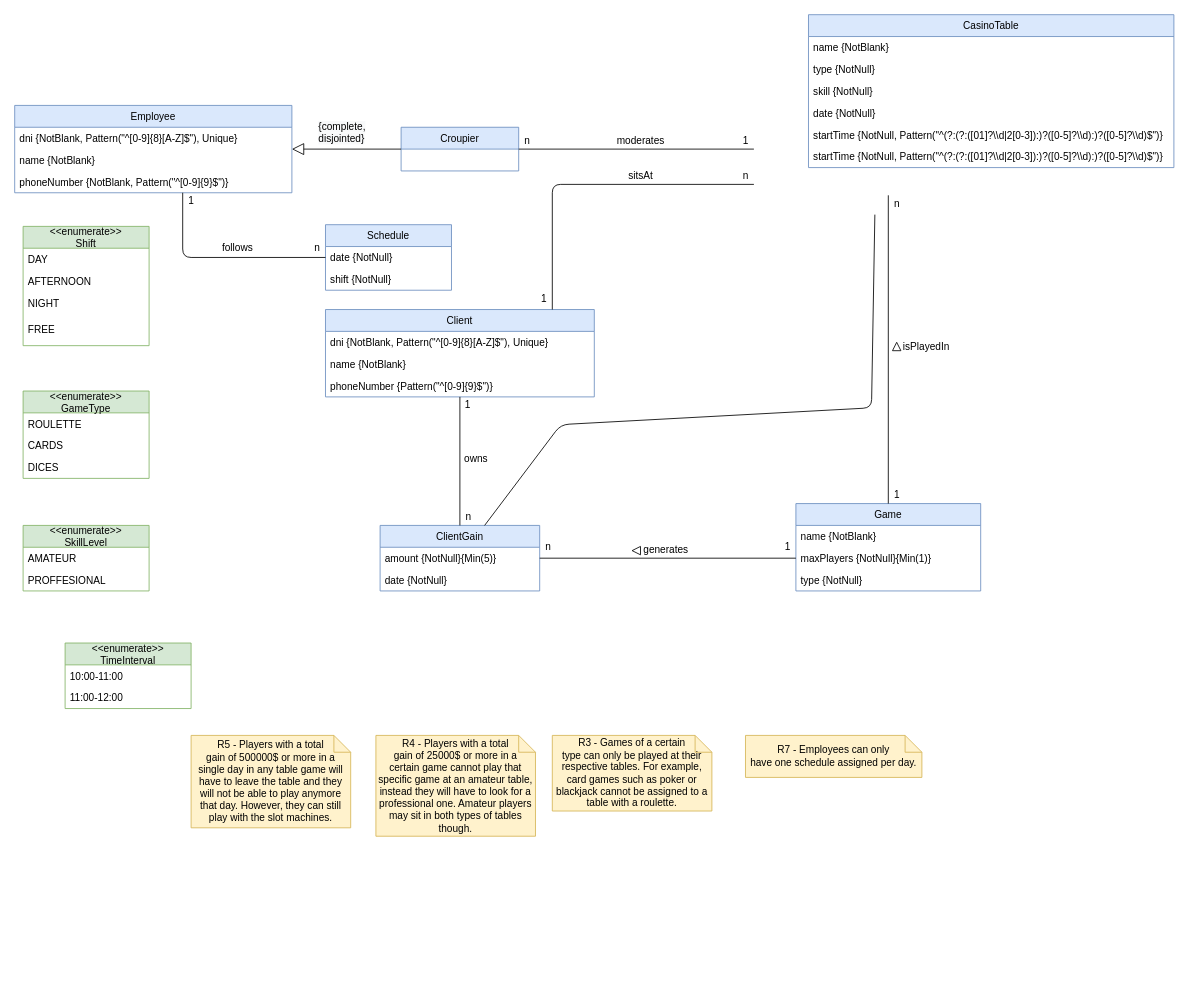
gii-is-DP1/dp1-2020-g1-07 keeps this draw.io diagram as page "V1-Casino" (1 of 2) of uml/Conceptual Model.drawio. Above is the earlier version. Source tidied: cells renumbered, new cells numbered last; positions are measured from the earlier drawing's top-left corner, leaving out a move shared by most shapes. Both pictures are drawn from the tidied source at 84%, with x=0, y=0 at pixel (14, 14).
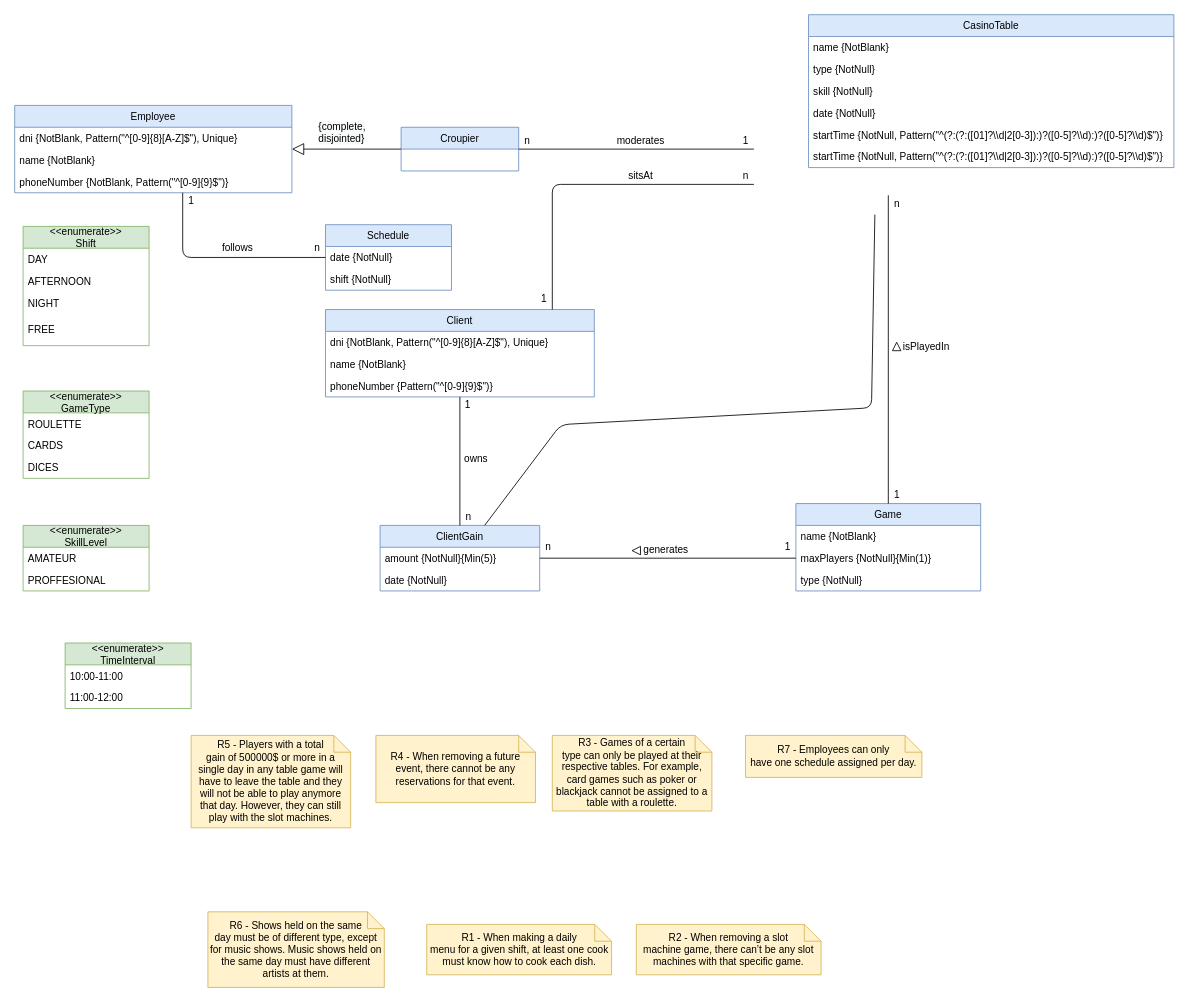
The same diagram, later.

Diff of the diagram source:
```diff
@@
-    <mxCell id="54" value="R4 - Players with a total&lt;br&gt;gain of 25000$ or more in a&lt;br&gt;certain game cannot play that specific game at an amateur table, instead they will have to look for a professional one. Amateur players may sit in both types of tables though." style="shape=note;size=20;whiteSpace=wrap;html=1;fillColor=#fff2cc;strokeColor=#d6b656;" parent="1" vertex="1">
-      <mxGeometry x="430" y="858" width="190" height="120" as="geometry" />
+    <mxCell id="54" value="R4 -&amp;nbsp;&lt;font style=&quot;font-size: 12px&quot;&gt;When removing a future event, there cannot be any reservations for that event.&lt;/font&gt;" style="shape=note;size=20;whiteSpace=wrap;html=1;fillColor=#fff2cc;strokeColor=#d6b656;" parent="1" vertex="1">
+      <mxGeometry x="430" y="858" width="190" height="80" as="geometry" />
     </mxCell>
@@
+    <mxCell id="76" value="R1 - When making a daily&lt;br&gt;menu for a given shift, at least one cook must know how to cook each dish." style="shape=note;size=20;whiteSpace=wrap;html=1;fillColor=#fff2cc;strokeColor=#d6b656;" parent="1" vertex="1">
+      <mxGeometry x="490.5" y="1083" width="220" height="60" as="geometry" />
+    </mxCell>
+    <mxCell id="77" value="R6 - Shows held on the same&lt;br&gt;day must be of different type, except for music shows. Music shows held on the same day must have different artists at them." style="shape=note;size=20;whiteSpace=wrap;html=1;fillColor=#fff2cc;strokeColor=#d6b656;" parent="1" vertex="1">
+      <mxGeometry x="230" y="1068" width="210" height="90" as="geometry" />
+    </mxCell>
+    <mxCell id="78" value="&lt;span lang=&quot;EN-US&quot;&gt;R2 - When removing a slot&lt;br&gt;machine game, there can’t be any slot machines with that specific game.&lt;/span&gt;" style="shape=note;size=20;whiteSpace=wrap;html=1;fillColor=#fff2cc;strokeColor=#d6b656;" parent="1" vertex="1">
+      <mxGeometry x="740" y="1083" width="220" height="60" as="geometry" />
+    </mxCell>
```
